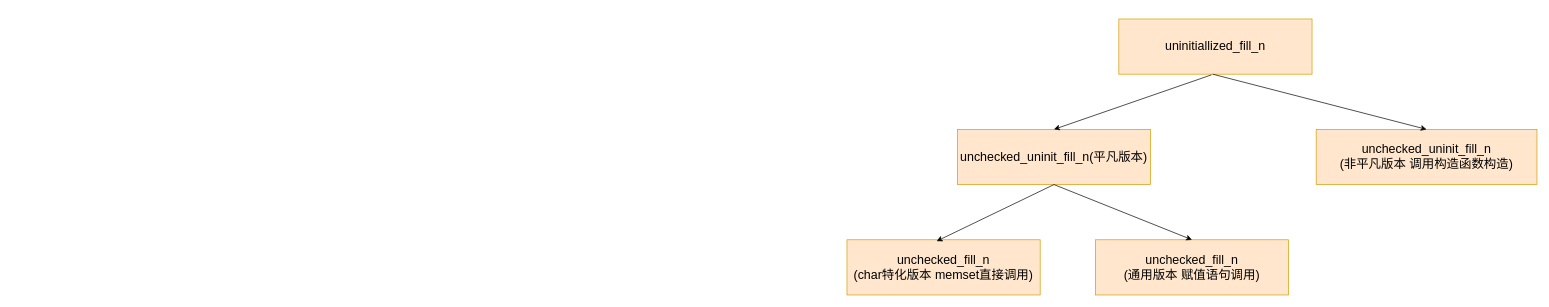
This is blog/open_source_project/MyTinySTL/uninitialized/uninitialized.drawio from zgjsxx/static-img-repo, a draw.io file, before an edit. Source tidied: cells renumbered, new cells numbered last; positions are measured from the earlier drawing's top-left corner, leaving out a move shared by most shapes. Both pictures are drawn from the tidied source at 69%, with x=0, y=0 at pixel (847, 19).
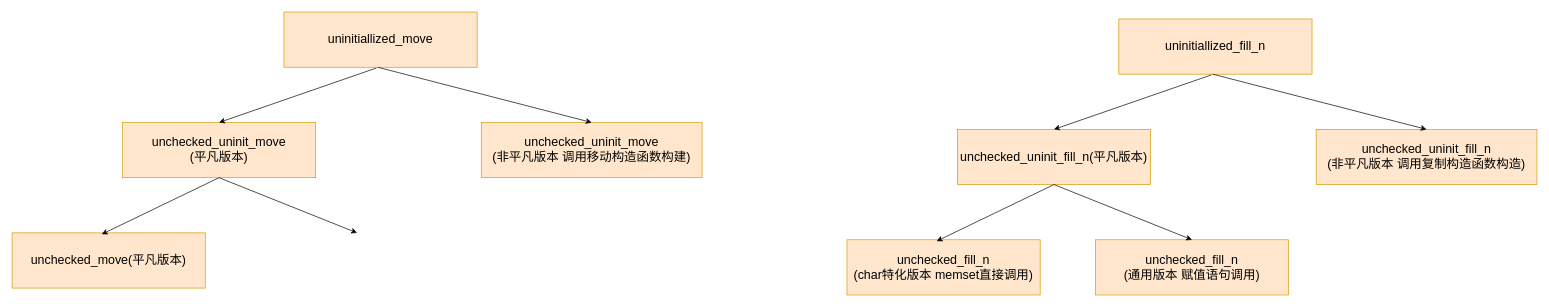
The same page after the edit.

The edit, as a diff of the source:
```diff
@@
-    <mxCell id="3" value="&lt;font style=&quot;font-size: 18px;&quot;&gt;unchecked_uninit_fill_n&lt;br&gt;(非平凡版本 调用构造函数构造)&lt;/font&gt;" style="rounded=0;whiteSpace=wrap;html=1;fillColor=#ffe6cc;strokeColor=#d79b00;" parent="1" vertex="1">
+    <mxCell id="3" value="&lt;font style=&quot;font-size: 18px&quot;&gt;unchecked_uninit_fill_n&lt;br&gt;(非平凡版本 调用复制构造函数构造)&lt;/font&gt;" style="rounded=0;whiteSpace=wrap;html=1;fillColor=#ffe6cc;strokeColor=#d79b00;" parent="1" vertex="1">
       <mxGeometry x="680" y="160" width="320" height="80" as="geometry" />
     </mxCell>
@@
+    <mxCell id="11" value="&lt;font style=&quot;font-size: 18px&quot;&gt;unchecked_uninit_move&lt;br&gt;(平凡版本)&lt;/font&gt;" style="rounded=0;whiteSpace=wrap;html=1;fillColor=#ffe6cc;strokeColor=#d79b00;" parent="1" vertex="1">
+      <mxGeometry x="-1050" y="150" width="280" height="80" as="geometry" />
+    </mxCell>
+    <mxCell id="12" value="&lt;span style=&quot;font-size: 18px&quot;&gt;unchecked_uninit_move&lt;/span&gt;&lt;br style=&quot;font-size: 18px&quot;&gt;&lt;span style=&quot;font-size: 18px&quot;&gt;(非平凡版本 调用移动构造函数构建)&lt;/span&gt;" style="rounded=0;whiteSpace=wrap;html=1;fillColor=#ffe6cc;strokeColor=#d79b00;" parent="1" vertex="1">
+      <mxGeometry x="-530" y="150" width="320" height="80" as="geometry" />
+    </mxCell>
+    <mxCell id="13" value="&lt;font style=&quot;font-size: 18px&quot;&gt;uninitiallized_move&lt;/font&gt;" style="rounded=0;whiteSpace=wrap;html=1;fillColor=#ffe6cc;strokeColor=#d79b00;" parent="1" vertex="1">
+      <mxGeometry x="-816" y="-10" width="280" height="80" as="geometry" />
+    </mxCell>
+    <mxCell id="14" style="endArrow=classic;html=1;rounded=0;fontSize=18;exitX=0.479;exitY=1.013;exitDx=0;exitDy=0;exitPerimeter=0;entryX=0.5;entryY=0;entryDx=0;entryDy=0;" parent="1" edge="1" source="13" target="11">
+      <mxGeometry relative="1" as="geometry" />
+    </mxCell>
+    <mxCell id="15" style="endArrow=classic;html=1;rounded=0;fontSize=18;entryX=0.5;entryY=0;entryDx=0;entryDy=0;" parent="1" edge="1" target="12">
+      <mxGeometry relative="1" as="geometry">
+        <mxPoint x="-680" y="70" as="sourcePoint" />
+      </mxGeometry>
+    </mxCell>
+    <mxCell id="16" value="&lt;font style=&quot;font-size: 18px&quot;&gt;unchecked_move(平凡版本)&lt;/font&gt;" style="rounded=0;whiteSpace=wrap;html=1;fillColor=#ffe6cc;strokeColor=#d79b00;" parent="1" vertex="1">
+      <mxGeometry x="-1210" y="310" width="280" height="80" as="geometry" />
+    </mxCell>
+    <mxCell id="17" style="endArrow=classic;html=1;rounded=0;fontSize=18;exitX=0.5;exitY=1;exitDx=0;exitDy=0;entryX=0.464;entryY=0.025;entryDx=0;entryDy=0;entryPerimeter=0;" parent="1" edge="1" source="11" target="16">
+      <mxGeometry relative="1" as="geometry" />
+    </mxCell>
+    <mxCell id="18" style="endArrow=classic;html=1;rounded=0;fontSize=18;entryX=0.5;entryY=0;entryDx=0;entryDy=0;" parent="1" edge="1">
+      <mxGeometry relative="1" as="geometry">
+        <mxPoint x="-910" y="230" as="sourcePoint" />
+        <mxPoint x="-710" y="310" as="targetPoint" />
+      </mxGeometry>
+    </mxCell>
```
